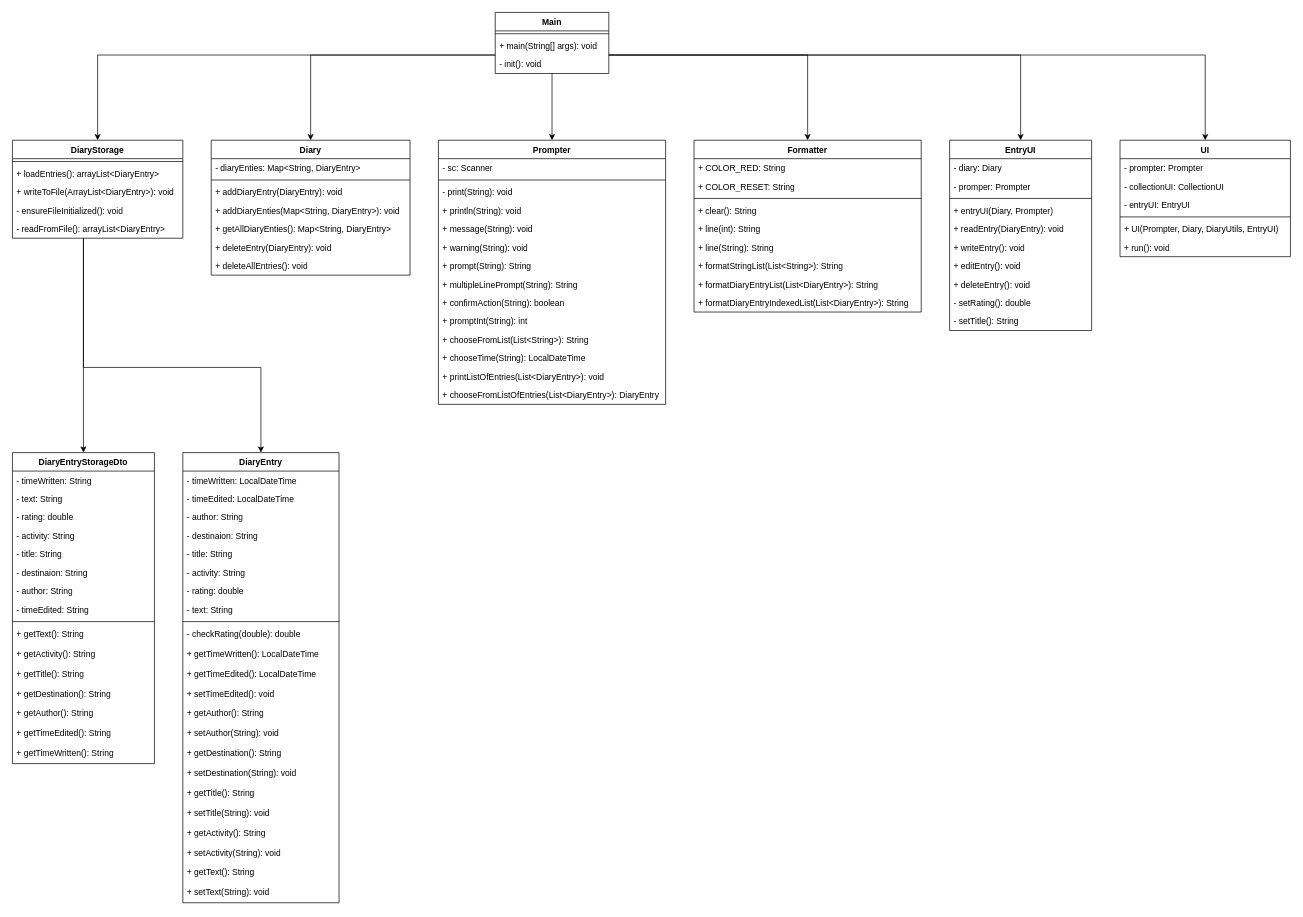
Above: diagrams/MainAndStorageClassesDiagram.drawio in NTNU-IDI/mappe-2025-eliashaugsbakk (draw.io), before the change. Source tidied: cells renumbered, new cells numbered last; positions are measured from the earlier drawing's top-left corner, leaving out a move shared by most shapes. Both pictures are drawn from the tidied source at 71%, with x=0, y=0 at pixel (12, 12).
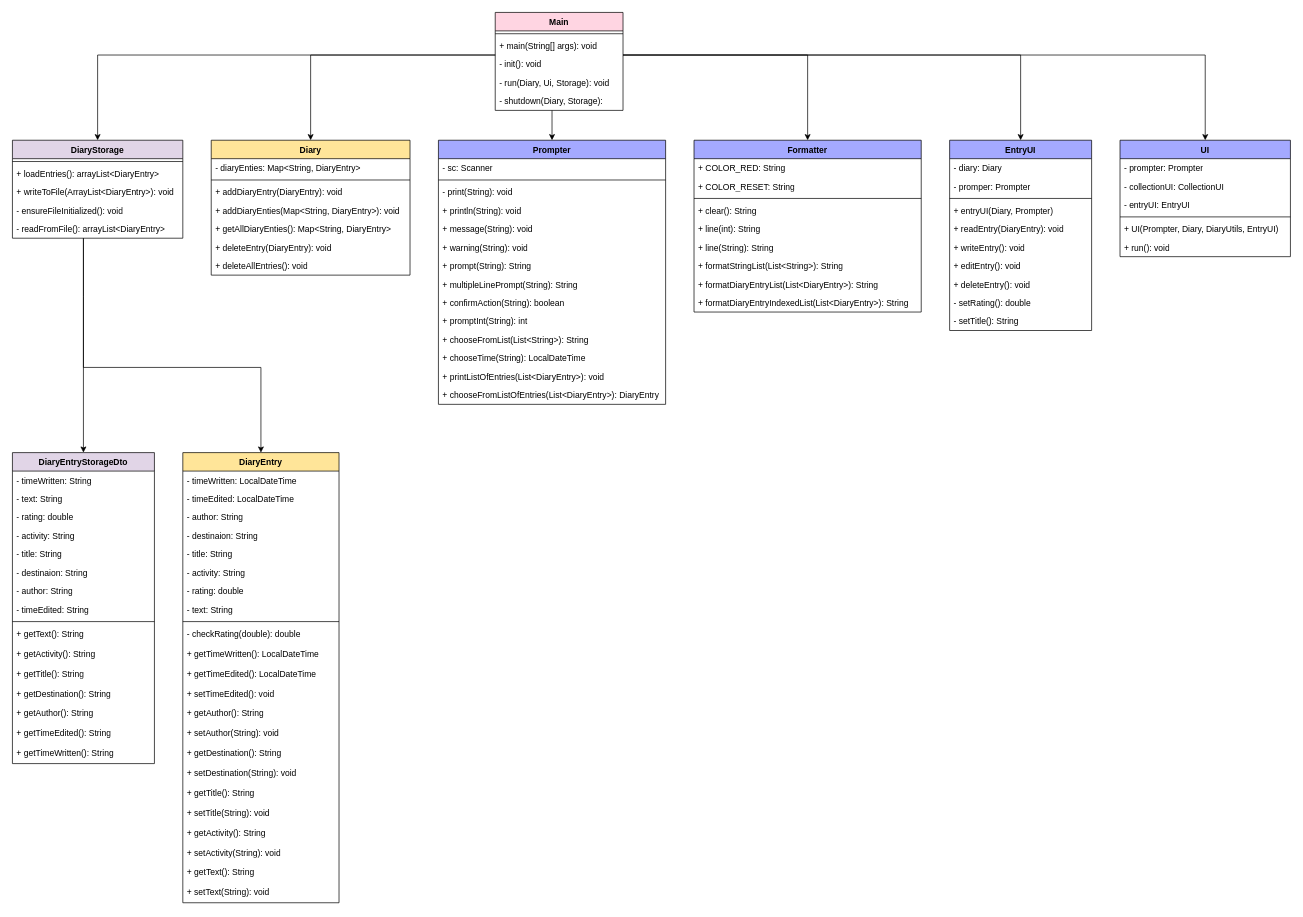
Above is the later version.

Commit message:
Update MainAndStorageClassesDiagram.drawio with colors and new main methods

Change to the diagram source:
```diff
@@
-    <mxCell id="7" value="Main" style="swimlane;fontStyle=1;align=center;verticalAlign=top;horizontal=1;startSize=26;whiteSpace=wrap;html=1;" parent="1" vertex="1">
-      <mxGeometry x="680" width="160" height="86" as="geometry" />
+    <mxCell id="7" value="Main" style="swimlane;fontStyle=1;align=center;verticalAlign=top;horizontal=1;startSize=26;whiteSpace=wrap;html=1;fillColor=#FFD5E2;" parent="1" vertex="1">
+      <mxGeometry x="680" width="180" height="138" as="geometry" />
     </mxCell>
     <mxCell id="8" style="line;strokeWidth=1;fillColor=none;align=left;verticalAlign=middle;spacingTop=-1;spacingLeft=3;spacingRight=3;labelPosition=right;strokeColor=inherit;" parent="7" vertex="1">
-      <mxGeometry y="26" width="160" height="8" as="geometry" />
+      <mxGeometry y="26" width="180" height="8" as="geometry" />
     </mxCell>
     <mxCell id="9" value="+ main(String[] args): void" style="text;strokeColor=none;fillColor=none;align=left;verticalAlign=top;spacingLeft=4;spacingRight=4;overflow=hidden;whiteSpace=wrap;html=1;" parent="7" vertex="1">
-      <mxGeometry y="34" width="160" height="26" as="geometry" />
+      <mxGeometry y="34" width="180" height="26" as="geometry" />
     </mxCell>
     <mxCell id="10" value="- init(): void" style="text;strokeColor=none;fillColor=none;align=left;verticalAlign=top;spacingLeft=4;spacingRight=4;overflow=hidden;whiteSpace=wrap;html=1;" parent="7" vertex="1">
-      <mxGeometry y="60" width="160" height="26" as="geometry" />
+      <mxGeometry y="60" width="180" height="26" as="geometry" />
     </mxCell>
+    <mxCell id="112" value="- run(Diary, Ui, Storage): void" style="text;strokeColor=none;fillColor=none;align=left;verticalAlign=top;spacingLeft=4;spacingRight=4;overflow=hidden;whiteSpace=wrap;html=1;" parent="7" vertex="1">
+      <mxGeometry y="86" width="180" height="26" as="geometry" />
+    </mxCell>
+    <mxCell id="113" value="- shutdown(Diary, Storage):&amp;nbsp;" style="text;strokeColor=none;fillColor=none;align=left;verticalAlign=top;spacingLeft=4;spacingRight=4;overflow=hidden;whiteSpace=wrap;html=1;" parent="7" vertex="1">
+      <mxGeometry y="112" width="180" height="26" as="geometry" />
+    </mxCell>
@@
-    <mxCell id="13" value="DiaryStorage" style="swimlane;fontStyle=1;align=center;verticalAlign=top;horizontal=1;startSize=26;whiteSpace=wrap;html=1;" parent="1" vertex="1">
+    <mxCell id="13" value="DiaryStorage" style="swimlane;fontStyle=1;align=center;verticalAlign=top;horizontal=1;startSize=26;whiteSpace=wrap;html=1;fillColor=#E1D5E7;" parent="1" vertex="1">
       <mxGeometry y="180" width="240" height="138" as="geometry" />
     </mxCell>
@@
-    <mxCell id="19" value="Diary" style="swimlane;fontStyle=1;align=center;verticalAlign=top;horizontal=1;startSize=26;whiteSpace=wrap;html=1;" parent="1" vertex="1">
+    <mxCell id="19" value="Diary" style="swimlane;fontStyle=1;align=center;verticalAlign=top;horizontal=1;startSize=26;whiteSpace=wrap;html=1;fillColor=#FFE599;" parent="1" vertex="1">
       <mxGeometry x="280" y="180" width="280" height="190" as="geometry" />
     </mxCell>
@@
-    <mxCell id="27" value="DiaryEntryStorageDto" style="swimlane;fontStyle=1;align=center;verticalAlign=top;horizontal=1;startSize=26;whiteSpace=wrap;html=1;" parent="1" vertex="1">
+    <mxCell id="27" value="DiaryEntryStorageDto" style="swimlane;fontStyle=1;align=center;verticalAlign=top;horizontal=1;startSize=26;whiteSpace=wrap;html=1;fillColor=#E1D5E7;" parent="1" vertex="1">
       <mxGeometry y="620" width="200" height="438" as="geometry" />
     </mxCell>
@@
-    <mxCell id="44" value="UI" style="swimlane;fontStyle=1;align=center;verticalAlign=top;horizontal=1;startSize=26;whiteSpace=wrap;html=1;" parent="1" vertex="1">
+    <mxCell id="44" value="UI" style="swimlane;fontStyle=1;align=center;verticalAlign=top;horizontal=1;startSize=26;whiteSpace=wrap;html=1;fillColor=#A4A9FF;" parent="1" vertex="1">
       <mxGeometry x="1560" y="180" width="240" height="164" as="geometry" />
     </mxCell>
@@
-    <mxCell id="51" value="Prompter" style="swimlane;fontStyle=1;align=center;verticalAlign=top;horizontal=1;startSize=26;whiteSpace=wrap;html=1;" parent="1" vertex="1">
+    <mxCell id="51" value="Prompter" style="swimlane;fontStyle=1;align=center;verticalAlign=top;horizontal=1;startSize=26;whiteSpace=wrap;html=1;fillColor=#A4A9FF;" parent="1" vertex="1">
       <mxGeometry x="600" y="180" width="320" height="372" as="geometry" />
     </mxCell>
@@
-    <mxCell id="66" value="Formatter" style="swimlane;fontStyle=1;align=center;verticalAlign=top;horizontal=1;startSize=26;whiteSpace=wrap;html=1;" parent="1" vertex="1">
+    <mxCell id="66" value="Formatter" style="swimlane;fontStyle=1;align=center;verticalAlign=top;horizontal=1;startSize=26;whiteSpace=wrap;html=1;fillColor=#A4A9FF;" parent="1" vertex="1">
       <mxGeometry x="960" y="180" width="320" height="242" as="geometry" />
     </mxCell>
@@
-    <mxCell id="76" value="EntryUI" style="swimlane;fontStyle=1;align=center;verticalAlign=top;horizontal=1;startSize=26;whiteSpace=wrap;html=1;" parent="1" vertex="1">
+    <mxCell id="76" value="EntryUI" style="swimlane;fontStyle=1;align=center;verticalAlign=top;horizontal=1;startSize=26;whiteSpace=wrap;html=1;fillColor=#A4A9FF;" parent="1" vertex="1">
       <mxGeometry x="1320" y="180" width="200" height="268" as="geometry" />
     </mxCell>
@@
     <mxCell id="87" style="edgeStyle=orthogonalEdgeStyle;rounded=0;jettySize=auto;html=1;" parent="1" edge="1" source="7" target="51">
-      <mxGeometry relative="1" as="geometry" />
+      <mxGeometry relative="1" as="geometry">
+        <Array as="points">
+          <mxPoint x="760" y="150" />
+          <mxPoint x="760" y="150" />
+        </Array>
+      </mxGeometry>
     </mxCell>
-    <mxCell id="88" value="DiaryEntry" style="swimlane;fontStyle=1;align=center;verticalAlign=top;horizontal=1;startSize=26;whiteSpace=wrap;html=1;" parent="1" vertex="1">
+    <mxCell id="88" value="DiaryEntry" style="swimlane;fontStyle=1;align=center;verticalAlign=top;horizontal=1;startSize=26;whiteSpace=wrap;html=1;fillColor=#FFE599;" parent="1" vertex="1">
       <mxGeometry x="240" y="620" width="220" height="634" as="geometry" />
     </mxCell>
```
